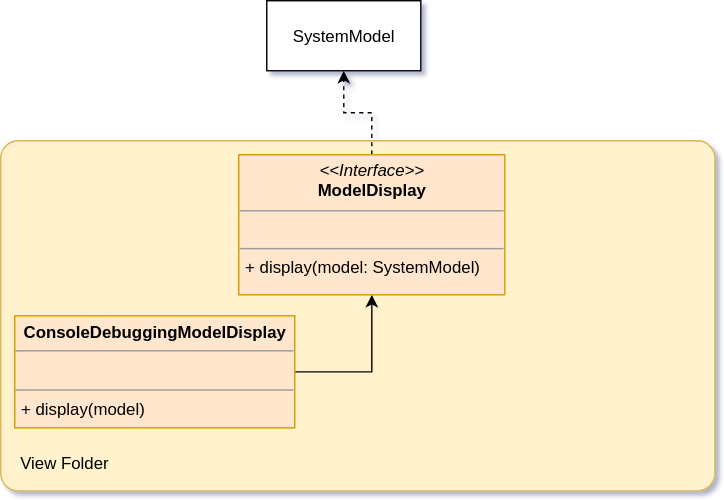
Earlier version of the draw.io export Docs/resource/SwiftCodeHelper-View.svg (kevinvandenbreemen/SwiftCodeHelper). Source tidied: cells renumbered, new cells last; positions are measured from the earlier drawing's top-left corner, leaving out a move shared by most shapes.
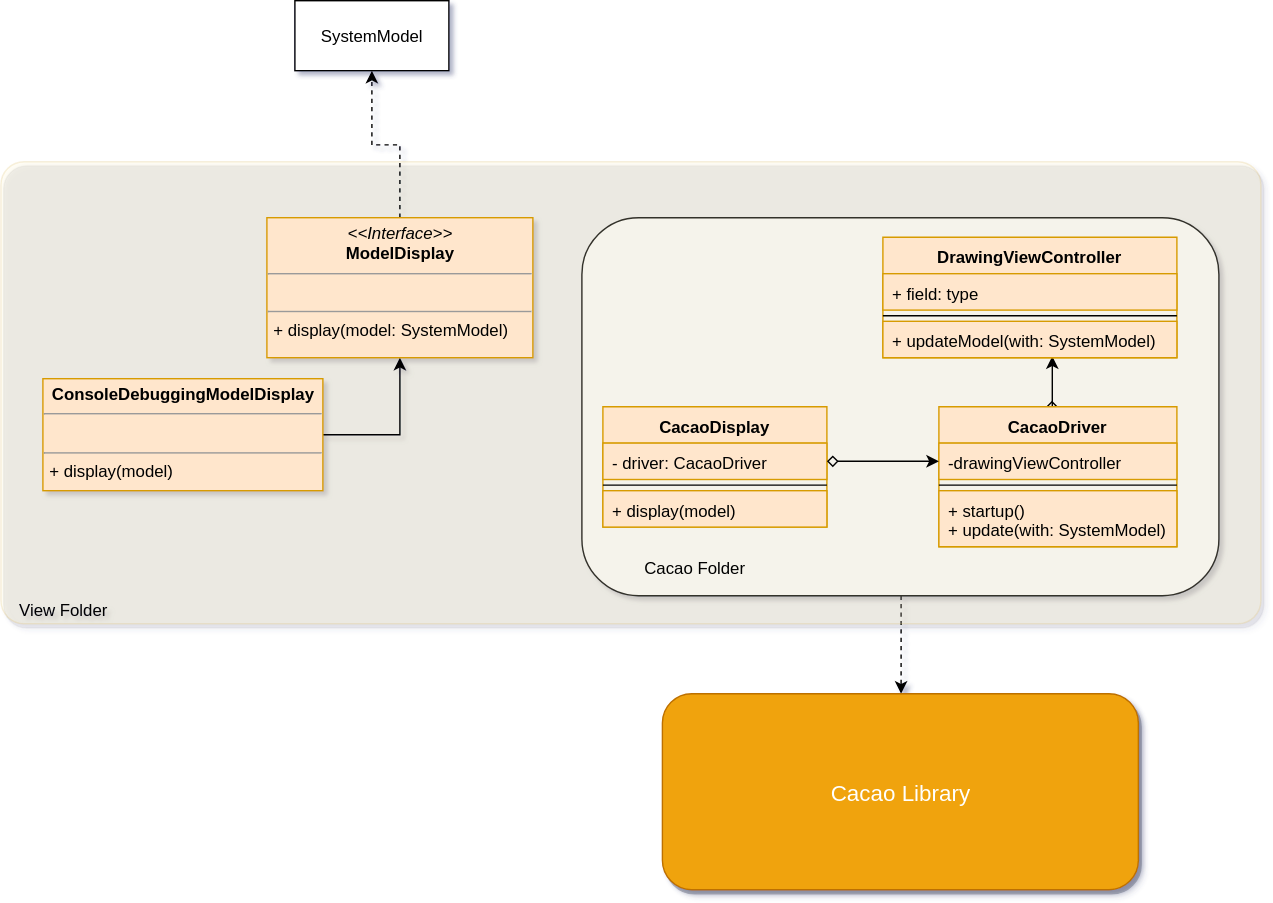
After the change.

Diff of the diagram source:
```diff
@@ -2,8 +2,14 @@
   <root>
     <mxCell id="0" />
     <mxCell id="1" parent="0" />
+    <mxCell id="9" style="edgeStyle=orthogonalEdgeStyle;rounded=0;jettySize=auto;html=1;exitX=0.5;exitY=1;exitDx=0;exitDy=0;entryX=0.5;entryY=0;entryDx=0;entryDy=0;startArrow=none;startFill=0;dashed=1;" parent="1" edge="1" source="10" target="11">
+      <mxGeometry relative="1" as="geometry" />
+    </mxCell>
+    <mxCell id="10" style="rounded=1;whiteSpace=wrap;html=1;shadow=0;" parent="1" vertex="1">
+      <mxGeometry x="395" y="110" width="455" height="270" as="geometry" />
+    </mxCell>
-    <mxCell id="2" style="rounded=1;whiteSpace=wrap;html=1;arcSize=5;fillColor=#fff2cc;strokeColor=#d6b656;" parent="1" vertex="1">
-      <mxGeometry y="100" width="510" height="250" as="geometry" />
+    <mxCell id="2" style="rounded=1;whiteSpace=wrap;html=1;arcSize=5;fillColor=#fff2cc;strokeColor=#d6b656;opacity=20;glass=0;comic=0;shadow=1;" parent="1" vertex="1">
+      <mxGeometry x="-20" y="70" width="900" height="330" as="geometry" />
     </mxCell>
     <mxCell id="3" style="edgeStyle=orthogonalEdgeStyle;rounded=0;jettySize=auto;html=1;exitX=1;exitY=0.5;exitDx=0;exitDy=0;entryX=0.5;entryY=1;entryDx=0;entryDy=0;" parent="1" edge="1" source="5" target="6">
       <mxGeometry relative="1" as="geometry">
@@ -22,10 +28,58 @@
       <mxGeometry x="170" y="110" width="190" height="100" as="geometry" />
     </mxCell>
     <mxCell id="7" value="SystemModel" style="html=1;" parent="1" vertex="1">
-      <mxGeometry x="190" width="110" height="50" as="geometry" />
+      <mxGeometry x="190" y="-45" width="110" height="50" as="geometry" />
     </mxCell>
     <mxCell id="8" value="View Folder" style="text;html=1;strokeColor=none;fillColor=none;align=center;verticalAlign=middle;whiteSpace=wrap;rounded=0;" parent="1" vertex="1">
-      <mxGeometry x="10" y="320" width="70" height="20" as="geometry" />
+      <mxGeometry x="-10" y="380" width="70" height="20" as="geometry" />
     </mxCell>
+    <mxCell id="11" value="&lt;font style=&quot;font-size: 16px&quot;&gt;Cacao Library&lt;/font&gt;" style="rounded=1;whiteSpace=wrap;html=1;shadow=1;fillColor=#f0a30a;strokeColor=#BD7000;fontColor=#ffffff;" parent="1" vertex="1">
+      <mxGeometry x="452.5" y="450" width="340" height="140" as="geometry" />
+    </mxCell>
+    <mxCell id="12" value="CacaoDisplay" style="swimlane;fontStyle=1;align=center;verticalAlign=top;horizontal=1;startSize=26;rounded=0;shadow=0;fillColor=#ffe6cc;strokeColor=#d79b00;" parent="1" vertex="1">
+      <mxGeometry x="410" y="245" width="160" height="86" as="geometry" />
+    </mxCell>
+    <mxCell id="13" value="- driver: CacaoDriver" style="text;strokeColor=#d79b00;fillColor=#ffe6cc;align=left;verticalAlign=top;spacingLeft=4;spacingRight=4;overflow=hidden;points=[[0,0.5],[1,0.5]];portConstraint=eastwest;" parent="12" vertex="1">
+      <mxGeometry y="26" width="160" height="26" as="geometry" />
+    </mxCell>
+    <mxCell id="14" style="line;strokeWidth=1;fillColor=none;align=left;verticalAlign=middle;spacingTop=-1;spacingLeft=3;spacingRight=3;labelPosition=right;" parent="12" vertex="1">
+      <mxGeometry y="52" width="160" height="8" as="geometry" />
+    </mxCell>
+    <mxCell id="15" value="+ display(model)" style="text;strokeColor=#d79b00;fillColor=#ffe6cc;align=left;verticalAlign=top;spacingLeft=4;spacingRight=4;overflow=hidden;" parent="12" vertex="1">
+      <mxGeometry y="60" width="160" height="26" as="geometry" />
+    </mxCell>
+    <mxCell id="16" style="edgeStyle=orthogonalEdgeStyle;rounded=0;jettySize=auto;html=1;exitX=0.5;exitY=0;exitDx=0;exitDy=0;entryX=0.576;entryY=0.962;entryDx=0;entryDy=0;entryPerimeter=0;startArrow=diamond;startFill=0;" parent="1" edge="1" source="17" target="24">
+      <mxGeometry relative="1" as="geometry" />
+    </mxCell>
+    <mxCell id="17" value="CacaoDriver" style="swimlane;fontStyle=1;align=center;verticalAlign=top;horizontal=1;startSize=26;rounded=0;shadow=0;fillColor=#ffe6cc;strokeColor=#d79b00;" parent="1" vertex="1">
+      <mxGeometry x="650" y="245" width="170" height="100" as="geometry" />
+    </mxCell>
+    <mxCell id="18" value="-drawingViewController" style="text;strokeColor=#d79b00;fillColor=#ffe6cc;align=left;verticalAlign=top;spacingLeft=4;spacingRight=4;overflow=hidden;points=[[0,0.5],[1,0.5]];portConstraint=eastwest;" parent="17" vertex="1">
+      <mxGeometry y="26" width="170" height="26" as="geometry" />
+    </mxCell>
+    <mxCell id="19" style="line;strokeWidth=1;fillColor=none;align=left;verticalAlign=middle;spacingTop=-1;spacingLeft=3;spacingRight=3;labelPosition=right;" parent="17" vertex="1">
+      <mxGeometry y="52" width="170" height="8" as="geometry" />
+    </mxCell>
+    <mxCell id="20" value="+ startup()&#10;+ update(with: SystemModel)" style="text;strokeColor=#d79b00;fillColor=#ffe6cc;align=left;verticalAlign=top;spacingLeft=4;spacingRight=4;overflow=hidden;" parent="17" vertex="1">
+      <mxGeometry y="60" width="170" height="40" as="geometry" />
+    </mxCell>
+    <mxCell id="21" value="DrawingViewController" style="swimlane;fontStyle=1;align=center;verticalAlign=top;horizontal=1;startSize=26;rounded=0;shadow=0;fillColor=#ffe6cc;strokeColor=#d79b00;" parent="1" vertex="1">
+      <mxGeometry x="610" y="124" width="210" height="86" as="geometry" />
+    </mxCell>
+    <mxCell id="22" value="+ field: type" style="text;strokeColor=#d79b00;fillColor=#ffe6cc;align=left;verticalAlign=top;spacingLeft=4;spacingRight=4;overflow=hidden;" parent="21" vertex="1">
+      <mxGeometry y="26" width="210" height="26" as="geometry" />
+    </mxCell>
+    <mxCell id="23" style="line;strokeWidth=1;fillColor=none;align=left;verticalAlign=middle;spacingTop=-1;spacingLeft=3;spacingRight=3;labelPosition=right;" parent="21" vertex="1">
+      <mxGeometry y="52" width="210" height="8" as="geometry" />
+    </mxCell>
+    <mxCell id="24" value="+ updateModel(with: SystemModel)" style="text;strokeColor=#d79b00;fillColor=#ffe6cc;align=left;verticalAlign=top;spacingLeft=4;spacingRight=4;overflow=hidden;points=[[0,0.5],[1,0.5]];portConstraint=eastwest;" parent="21" vertex="1">
+      <mxGeometry y="60" width="210" height="26" as="geometry" />
+    </mxCell>
+    <mxCell id="25" style="edgeStyle=orthogonalEdgeStyle;rounded=0;jettySize=auto;html=1;exitX=1;exitY=0.5;exitDx=0;exitDy=0;entryX=0;entryY=0.5;entryDx=0;entryDy=0;startArrow=diamond;startFill=0;" parent="1" edge="1" source="13" target="18">
+      <mxGeometry relative="1" as="geometry" />
+    </mxCell>
+    <mxCell id="26" value="Cacao Folder" style="text;html=1;strokeColor=none;fillColor=none;align=center;verticalAlign=middle;whiteSpace=wrap;rounded=0;shadow=0;opacity=20;" parent="1" vertex="1">
+      <mxGeometry x="430" y="350" width="90" height="20" as="geometry" />
+    </mxCell>
   </root>
 </mxGraphModel>
```
